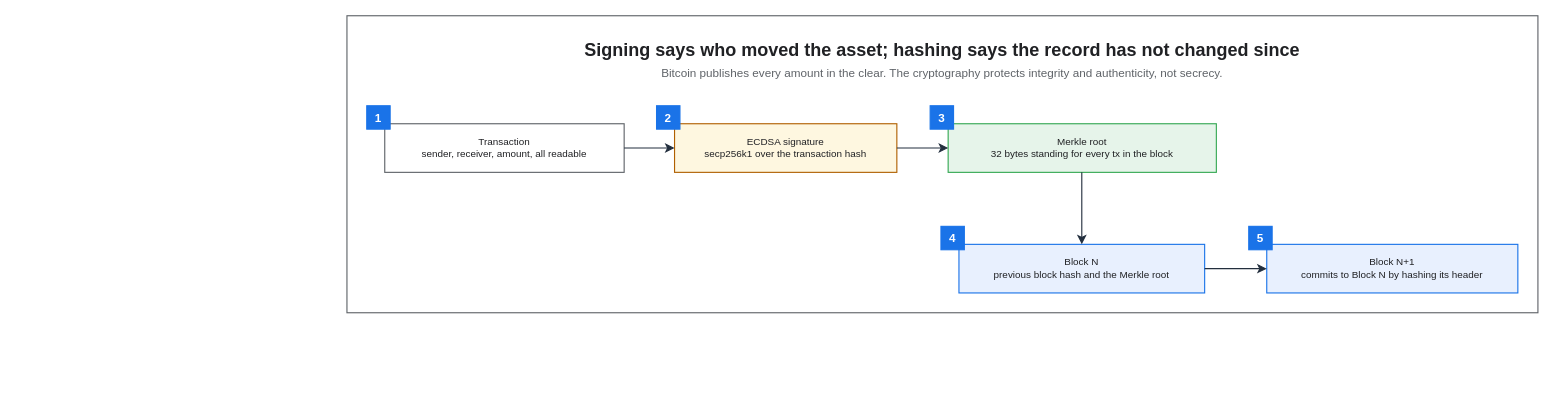
KKamJi98/kkamji98.github.io keeps this draw.io diagram as assets/img/blockchain/blockchain-series.drawio. Above is the earlier version. Source tidied: cells renumbered, new cells numbered last; positions are measured from the earlier drawing's top-left corner, leaving out a move shared by most shapes. Both pictures are drawn from the tidied source at 90%, with x=0, y=0 at pixel (346, 15).
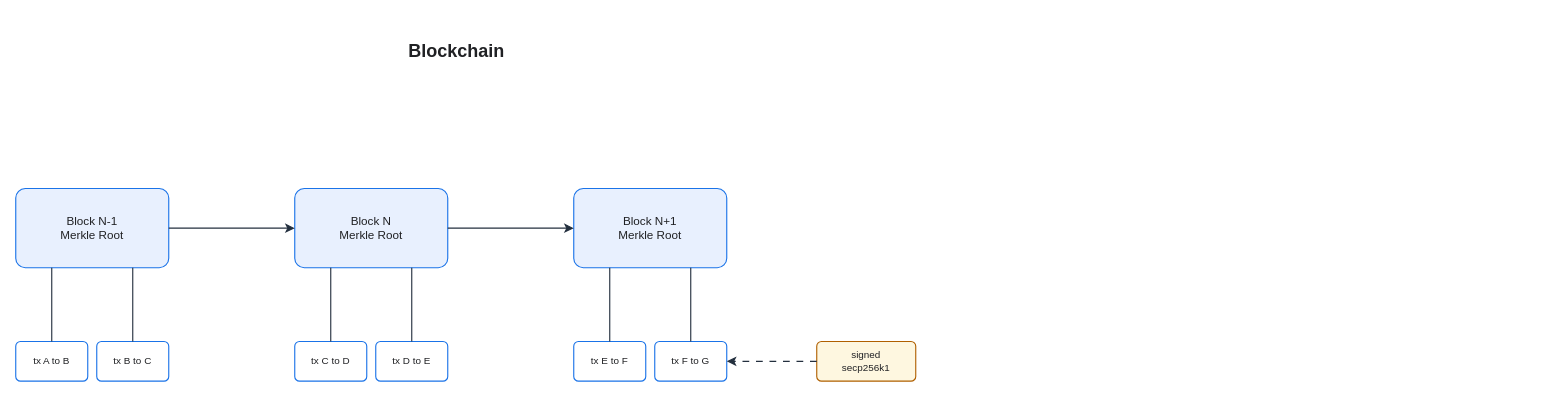
The same diagram, later.

Commit message (it also covers changes not shown here):
fix(diagram): align tx-to-block edge anchors to kill stair jogs on blockchain cover

What changed in the source:
```diff
@@
-    <mxCell id="2" style="rounded=0;html=0;fillColor=none;strokeColor=#5F6368;fontColor=#202124;strokeWidth=1.25;" parent="1" vertex="1">
-      <mxGeometry width="1323.3" height="330" as="geometry" />
-    </mxCell>
-    <mxCell id="3" value="Signing says who moved the asset; hashing says the record has not changed since" style="text;html=0;whiteSpace=wrap;fillColor=none;strokeColor=none;fontColor=#202124;fontSize=20;fontStyle=1;align=center;verticalAlign=middle;" parent="1" vertex="1">
-      <mxGeometry x="22" y="22" width="1279.3" height="30" as="geometry" />
+    <mxCell id="3" value="Blockchain" style="text;html=0;fontColor=#202124;fontSize=20;fontStyle=1;align=center;verticalAlign=middle;" parent="1" vertex="1">
+      <mxGeometry x="22" y="22" width="200" height="30" as="geometry" />
     </mxCell>
-    <mxCell id="4" value="Bitcoin publishes every amount in the clear. The cryptography protects integrity and authenticity, not secrecy." style="text;html=0;whiteSpace=wrap;fillColor=none;strokeColor=none;fontColor=#5F6368;fontSize=13;fontStyle=0;align=center;verticalAlign=middle;" parent="1" vertex="1">
-      <mxGeometry x="22" y="52" width="1279.3" height="22" as="geometry" />
-    </mxCell>
-    <mxCell id="5" value="Transaction&#10;sender, receiver, amount, all readable" style="rounded=0;whiteSpace=wrap;html=0;fillColor=#FFFFFF;strokeColor=#5F6368;fontColor=#202124;fontSize=11;fontStyle=0;align=center;verticalAlign=middle;spacingLeft=6;spacingRight=6;strokeWidth=1.25;" parent="1" vertex="1">
-      <mxGeometry x="42" y="120" width="266" height="54" as="geometry" />
-    </mxCell>
-    <mxCell id="6" value="ECDSA signature&#10;secp256k1 over the transaction hash" style="rounded=0;whiteSpace=wrap;html=0;fillColor=#FEF7E0;strokeColor=#B06000;fontColor=#202124;fontSize=11;fontStyle=0;align=center;verticalAlign=middle;spacingLeft=6;spacingRight=6;strokeWidth=1.25;" parent="1" vertex="1">
-      <mxGeometry x="364" y="120" width="247" height="54" as="geometry" />
-    </mxCell>
-    <mxCell id="7" value="Merkle root&#10;32 bytes standing for every tx in the block" style="rounded=0;whiteSpace=wrap;html=0;fillColor=#E6F4EA;strokeColor=#34A853;fontColor=#202124;fontSize=11;fontStyle=0;align=center;verticalAlign=middle;spacingLeft=6;spacingRight=6;strokeWidth=1.25;" parent="1" vertex="1">
-      <mxGeometry x="668" y="120" width="298" height="54" as="geometry" />
-    </mxCell>
-    <mxCell id="8" value="Block N&#10;previous block hash and the Merkle root" style="rounded=0;whiteSpace=wrap;html=0;fillColor=#E8F0FE;strokeColor=#1A73E8;fontColor=#202124;fontSize=11;fontStyle=0;align=center;verticalAlign=middle;spacingLeft=6;spacingRight=6;strokeWidth=1.25;" parent="1" vertex="1">
-      <mxGeometry x="680" y="254" width="273" height="54" as="geometry" />
-    </mxCell>
-    <mxCell id="9" value="Block N+1&#10;commits to Block N by hashing its header" style="rounded=0;whiteSpace=wrap;html=0;fillColor=#E8F0FE;strokeColor=#1A73E8;fontColor=#202124;fontSize=11;fontStyle=0;align=center;verticalAlign=middle;spacingLeft=6;spacingRight=6;strokeWidth=1.25;" parent="1" vertex="1">
-      <mxGeometry x="1022" y="254" width="279" height="54" as="geometry" />
-    </mxCell>
-    <mxCell id="10" value="1" style="rounded=0;whiteSpace=wrap;html=0;fillColor=#1A73E8;strokeColor=#1A73E8;fontColor=#FFFFFF;fontSize=13;fontStyle=1;align=center;verticalAlign=middle;strokeWidth=1.25;" parent="1" vertex="1">
-      <mxGeometry x="22" y="100" width="26" height="26" as="geometry" />
-    </mxCell>
-    <mxCell id="11" value="2" style="rounded=0;whiteSpace=wrap;html=0;fillColor=#1A73E8;strokeColor=#1A73E8;fontColor=#FFFFFF;fontSize=13;fontStyle=1;align=center;verticalAlign=middle;strokeWidth=1.25;" parent="1" vertex="1">
-      <mxGeometry x="344" y="100" width="26" height="26" as="geometry" />
-    </mxCell>
-    <mxCell id="12" value="3" style="rounded=0;whiteSpace=wrap;html=0;fillColor=#1A73E8;strokeColor=#1A73E8;fontColor=#FFFFFF;fontSize=13;fontStyle=1;align=center;verticalAlign=middle;strokeWidth=1.25;" parent="1" vertex="1">
-      <mxGeometry x="648" y="100" width="26" height="26" as="geometry" />
-    </mxCell>
-    <mxCell id="13" value="4" style="rounded=0;whiteSpace=wrap;html=0;fillColor=#1A73E8;strokeColor=#1A73E8;fontColor=#FFFFFF;fontSize=13;fontStyle=1;align=center;verticalAlign=middle;strokeWidth=1.25;" parent="1" vertex="1">
-      <mxGeometry x="660" y="234" width="26" height="26" as="geometry" />
-    </mxCell>
-    <mxCell id="14" value="5" style="rounded=0;whiteSpace=wrap;html=0;fillColor=#1A73E8;strokeColor=#1A73E8;fontColor=#FFFFFF;fontSize=13;fontStyle=1;align=center;verticalAlign=middle;strokeWidth=1.25;" parent="1" vertex="1">
-      <mxGeometry x="1002" y="234" width="26" height="26" as="geometry" />
-    </mxCell>
-    <mxCell id="15" style="edgeStyle=orthogonalEdgeStyle;rounded=0;html=0;strokeColor=#232F3E;strokeWidth=1.25;endArrow=classic;endFill=1;endSize=7;fontSize=11;fontColor=#202124;labelBackgroundColor=none;jettySize=14;exitX=1;exitY=0.5;entryX=0;entryY=0.5;exitDx=0;exitDy=0;entryDx=0;entryDy=0;" parent="1" edge="1" source="5" target="6">
-      <mxGeometry relative="1" as="geometry" />
-    </mxCell>
-    <mxCell id="16" style="edgeStyle=orthogonalEdgeStyle;rounded=0;html=0;strokeColor=#232F3E;strokeWidth=1.25;endArrow=classic;endFill=1;endSize=7;fontSize=11;fontColor=#202124;labelBackgroundColor=none;jettySize=14;exitX=1;exitY=0.5;entryX=0;entryY=0.5;exitDx=0;exitDy=0;entryDx=0;entryDy=0;" parent="1" edge="1" source="6" target="7">
-      <mxGeometry relative="1" as="geometry" />
-    </mxCell>
-    <mxCell id="17" style="edgeStyle=orthogonalEdgeStyle;rounded=0;html=0;strokeColor=#232F3E;strokeWidth=1.25;endArrow=classic;endFill=1;endSize=7;fontSize=11;fontColor=#202124;labelBackgroundColor=none;jettySize=14;exitX=0.4983;exitY=1;entryX=0.5;entryY=0;exitDx=0;exitDy=0;entryDx=0;entryDy=0;" parent="1" edge="1" source="7" target="8">
-      <mxGeometry relative="1" as="geometry" />
-    </mxCell>
-    <mxCell id="18" style="edgeStyle=orthogonalEdgeStyle;rounded=0;html=0;strokeColor=#232F3E;strokeWidth=1.25;endArrow=classic;endFill=1;endSize=7;fontSize=11;fontColor=#202124;labelBackgroundColor=none;jettySize=14;exitX=1;exitY=0.5;entryX=0;entryY=0.5;exitDx=0;exitDy=0;entryDx=0;entryDy=0;" parent="1" edge="1" source="8" target="9">
-      <mxGeometry relative="1" as="geometry" />
-    </mxCell>
+    <mxCell id="19" value="Block N-1&#10;Merkle Root" style="rounded=1;arcSize=12;html=0;fillColor=#E8F0FE;strokeColor=#1A73E8;strokeWidth=1.25;fontColor=#202124;fontSize=13;whiteSpace=wrap;" parent="1" vertex="1">
+      <mxGeometry x="-368" y="192" width="170" height="88" as="geometry" />
+    </mxCell>
+    <mxCell id="20" value="Block N&#10;Merkle Root" style="rounded=1;arcSize=12;html=0;fillColor=#E8F0FE;strokeColor=#1A73E8;strokeWidth=1.25;fontColor=#202124;fontSize=13;whiteSpace=wrap;" parent="1" vertex="1">
+      <mxGeometry x="-58" y="192" width="170" height="88" as="geometry" />
+    </mxCell>
+    <mxCell id="21" value="Block N+1&#10;Merkle Root" style="rounded=1;arcSize=12;html=0;fillColor=#E8F0FE;strokeColor=#1A73E8;strokeWidth=1.25;fontColor=#202124;fontSize=13;whiteSpace=wrap;" parent="1" vertex="1">
+      <mxGeometry x="252" y="192" width="170" height="88" as="geometry" />
+    </mxCell>
+    <mxCell id="22" style="edgeStyle=orthogonalEdgeStyle;html=0;strokeColor=#232F3E;strokeWidth=1.25;endArrow=classic;endFill=1;endSize=7;labelBackgroundColor=none;exitX=1;exitY=0.5;entryX=0;entryY=0.5;" parent="1" edge="1" source="19" target="20">
+      <mxGeometry relative="1" as="geometry" />
+    </mxCell>
+    <mxCell id="23" style="edgeStyle=orthogonalEdgeStyle;html=0;strokeColor=#232F3E;strokeWidth=1.25;endArrow=classic;endFill=1;endSize=7;labelBackgroundColor=none;exitX=1;exitY=0.5;entryX=0;entryY=0.5;" parent="1" edge="1" source="20" target="21">
+      <mxGeometry relative="1" as="geometry" />
+    </mxCell>
+    <mxCell id="24" value="tx A to B" style="rounded=1;arcSize=12;html=0;fillColor=#FFFFFF;strokeColor=#1A73E8;strokeWidth=1.25;fontColor=#202124;fontSize=11;whiteSpace=wrap;" parent="1" vertex="1">
+      <mxGeometry x="-368" y="362" width="80" height="44" as="geometry" />
+    </mxCell>
+    <mxCell id="25" value="tx B to C" style="rounded=1;arcSize=12;html=0;fillColor=#FFFFFF;strokeColor=#1A73E8;strokeWidth=1.25;fontColor=#202124;fontSize=11;whiteSpace=wrap;" parent="1" vertex="1">
+      <mxGeometry x="-278" y="362" width="80" height="44" as="geometry" />
+    </mxCell>
+    <mxCell id="26" value="tx C to D" style="rounded=1;arcSize=12;html=0;fillColor=#FFFFFF;strokeColor=#1A73E8;strokeWidth=1.25;fontColor=#202124;fontSize=11;whiteSpace=wrap;" parent="1" vertex="1">
+      <mxGeometry x="-58" y="362" width="80" height="44" as="geometry" />
+    </mxCell>
+    <mxCell id="27" value="tx D to E" style="rounded=1;arcSize=12;html=0;fillColor=#FFFFFF;strokeColor=#1A73E8;strokeWidth=1.25;fontColor=#202124;fontSize=11;whiteSpace=wrap;" parent="1" vertex="1">
+      <mxGeometry x="32" y="362" width="80" height="44" as="geometry" />
+    </mxCell>
+    <mxCell id="28" value="tx E to F" style="rounded=1;arcSize=12;html=0;fillColor=#FFFFFF;strokeColor=#1A73E8;strokeWidth=1.25;fontColor=#202124;fontSize=11;whiteSpace=wrap;" parent="1" vertex="1">
+      <mxGeometry x="252" y="362" width="80" height="44" as="geometry" />
+    </mxCell>
+    <mxCell id="29" value="tx F to G" style="rounded=1;arcSize=12;html=0;fillColor=#FFFFFF;strokeColor=#1A73E8;strokeWidth=1.25;fontColor=#202124;fontSize=11;whiteSpace=wrap;" parent="1" vertex="1">
+      <mxGeometry x="342" y="362" width="80" height="44" as="geometry" />
+    </mxCell>
+    <mxCell id="30" value="signed&#10;secp256k1" style="rounded=1;arcSize=12;html=0;fillColor=#FEF7E0;strokeColor=#B06000;strokeWidth=1.25;fontColor=#202124;fontSize=11;whiteSpace=wrap;" parent="1" vertex="1">
+      <mxGeometry x="522" y="362" width="110" height="44" as="geometry" />
+    </mxCell>
+    <mxCell id="31" style="edgeStyle=orthogonalEdgeStyle;html=0;strokeColor=#232F3E;strokeWidth=1.25;endArrow=none;labelBackgroundColor=none;exitX=0.5;exitY=0;entryX=0.2353;entryY=1;" parent="1" edge="1" source="24" target="19">
+      <mxGeometry relative="1" as="geometry" />
+    </mxCell>
+    <mxCell id="32" style="edgeStyle=orthogonalEdgeStyle;html=0;strokeColor=#232F3E;strokeWidth=1.25;endArrow=none;labelBackgroundColor=none;exitX=0.5;exitY=0;entryX=0.7647;entryY=1;" parent="1" edge="1" source="25" target="19">
+      <mxGeometry relative="1" as="geometry" />
+    </mxCell>
+    <mxCell id="33" style="edgeStyle=orthogonalEdgeStyle;html=0;strokeColor=#232F3E;strokeWidth=1.25;endArrow=none;labelBackgroundColor=none;exitX=0.5;exitY=0;entryX=0.2353;entryY=1;" parent="1" edge="1" source="26" target="20">
+      <mxGeometry relative="1" as="geometry" />
+    </mxCell>
+    <mxCell id="34" style="edgeStyle=orthogonalEdgeStyle;html=0;strokeColor=#232F3E;strokeWidth=1.25;endArrow=none;labelBackgroundColor=none;exitX=0.5;exitY=0;entryX=0.7647;entryY=1;" parent="1" edge="1" source="27" target="20">
+      <mxGeometry relative="1" as="geometry" />
+    </mxCell>
+    <mxCell id="35" style="edgeStyle=orthogonalEdgeStyle;html=0;strokeColor=#232F3E;strokeWidth=1.25;endArrow=none;labelBackgroundColor=none;exitX=0.5;exitY=0;entryX=0.2353;entryY=1;" parent="1" edge="1" source="28" target="21">
+      <mxGeometry relative="1" as="geometry" />
+    </mxCell>
+    <mxCell id="36" style="edgeStyle=orthogonalEdgeStyle;html=0;strokeColor=#232F3E;strokeWidth=1.25;endArrow=none;labelBackgroundColor=none;exitX=0.5;exitY=0;entryX=0.7647;entryY=1;" parent="1" edge="1" source="29" target="21">
+      <mxGeometry relative="1" as="geometry" />
+    </mxCell>
+    <mxCell id="37" style="edgeStyle=orthogonalEdgeStyle;html=0;strokeColor=#232F3E;strokeWidth=1.25;endArrow=classic;endFill=1;endSize=7;labelBackgroundColor=none;exitX=0;exitY=0.5;entryX=1;entryY=0.5;dashed=1;dashPattern=6 6;" parent="1" edge="1" source="30" target="29">
+      <mxGeometry relative="1" as="geometry" />
+    </mxCell>
```
